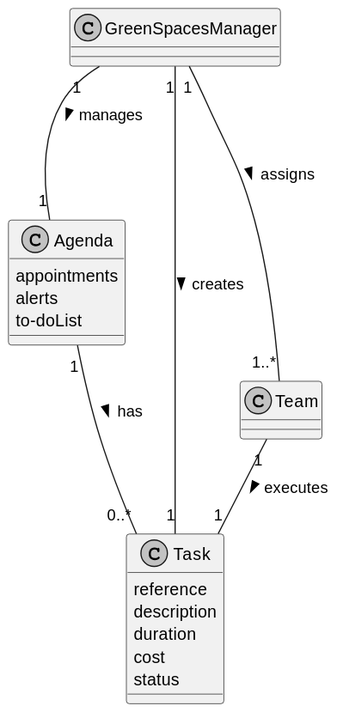
Earlier version of the PlantUML export docs/sprintC/US023/02.analysis/svg/us023-domain-model.svg (LopemigueISEP/lei-24-s2-1nb-g312).
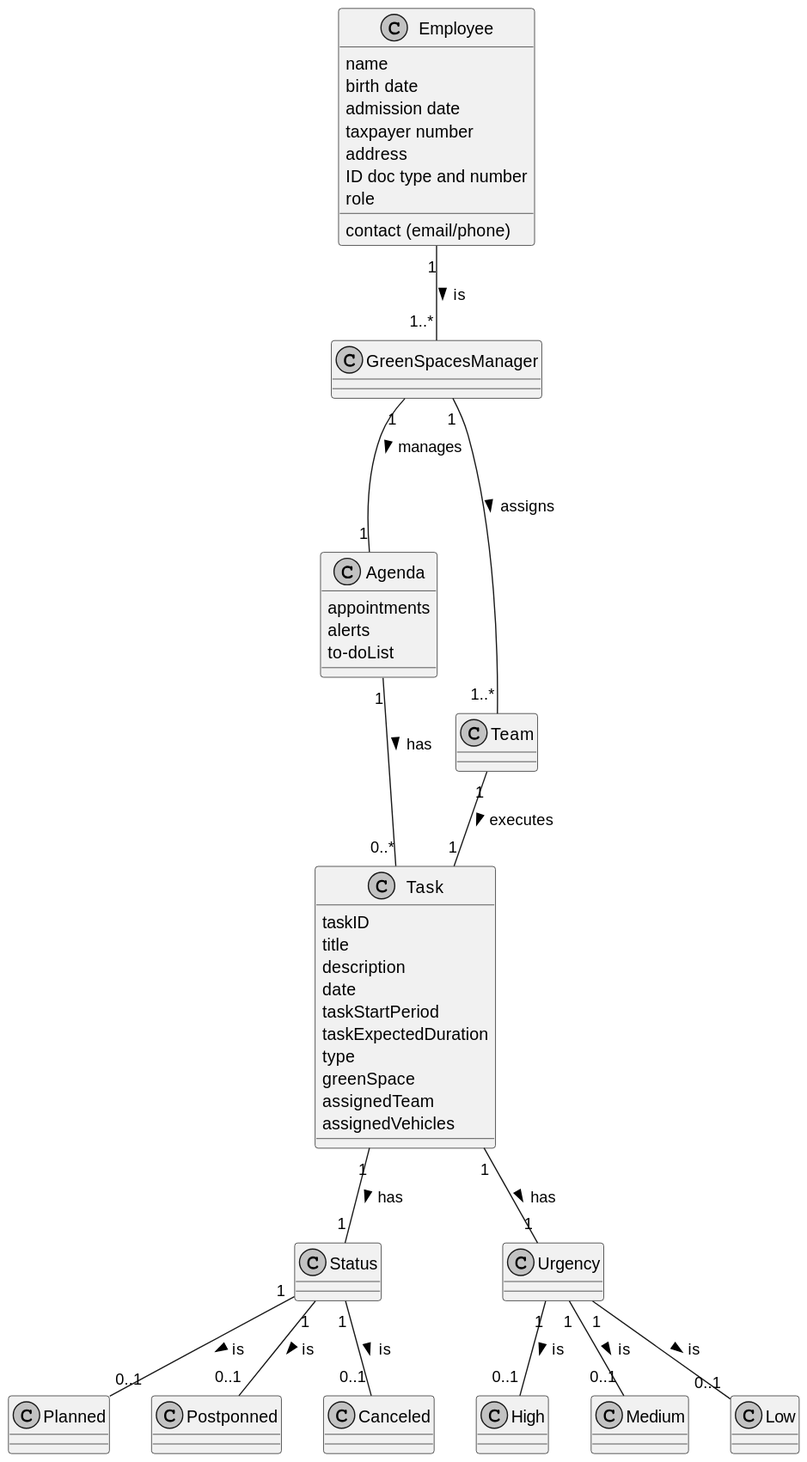
After the commit.

The edit, as a diff of the source:
```diff
@@ -4,6 +4,19 @@
 skinparam shadowing false
 
 skinparam classAttributeIconSize 0
+
+class Employee {
+    name
+    birth date
+    contact (email/phone)
+    admission date
+    taxpayer number
+    address
+    ID doc type and number
+    role
+}
+
+
 
 class Agenda {
     appointments
@@ -12,24 +25,44 @@
 }
 
 class Task {
-    reference
+    taskID
+    title
     description
-    duration
-    cost
-    status
+    date
+    taskStartPeriod
+    taskExpectedDuration
+    type
+    greenSpace
+    assignedTeam
+    assignedVehicles
 }
 
+class Status {
+}
+
+class Urgency{
+}
 
 class GreenSpacesManager{
 
 }
 
+
+
 class Team{
 }
 
-GreenSpacesManager "1" --- "1" Task : creates >
+Employee "1" -- "1..*" GreenSpacesManager : is >
 Agenda "1" -- "0..*" Task : has >
 Team "1" -- "1" Task : executes >
 GreenSpacesManager "1" -- "1" Agenda : manages >
 GreenSpacesManager "1" --- "1..*" Team : assigns >
+Task "1" -- "1" Status : has >
+Task "1" -- "1" Urgency : has >
+Status "1" -- "0..1" Planned : is >
+Status "1" -- "0..1" Postponned : is >
+Status "1" -- "0..1" Canceled : is >
+Urgency "1" -- "0..1" High : is >
+Urgency "1" -- "0..1" Medium : is >
+Urgency "1" -- "0..1" Low : is >
 @enduml
```
